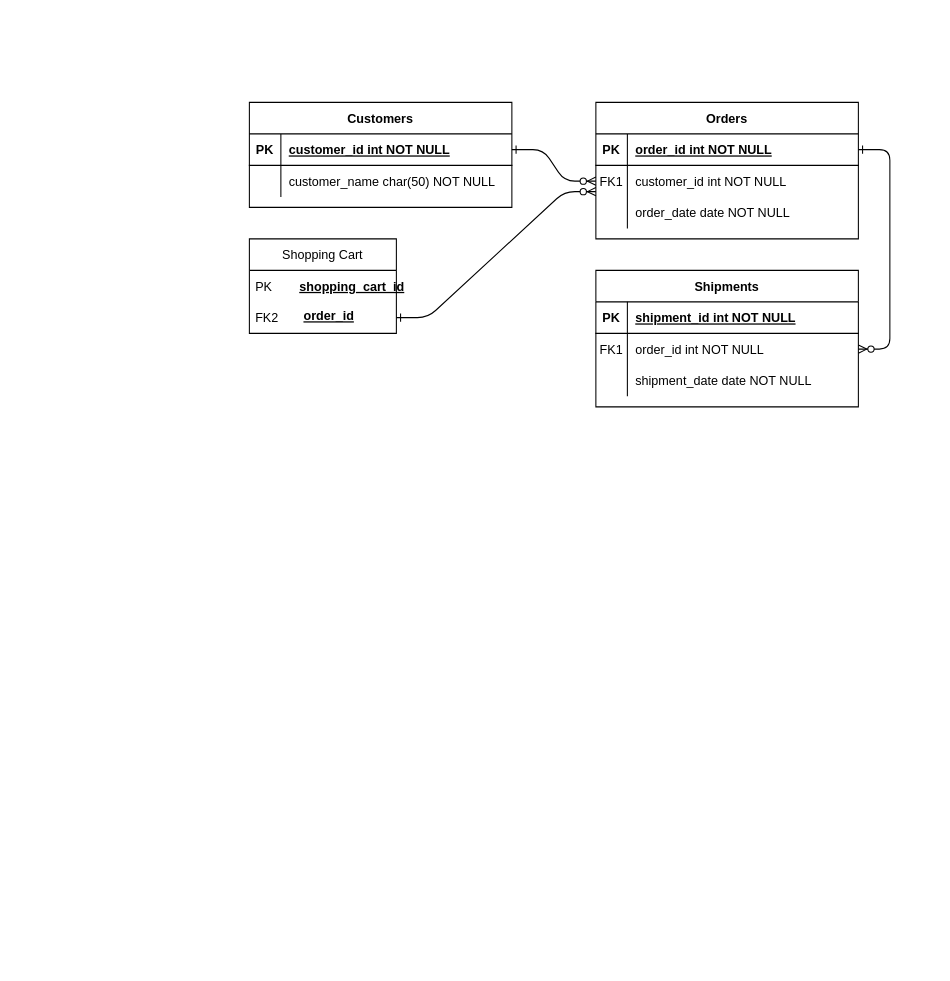
Above: Untitled Diagram.drawio in rajdeepd/draw_io (draw.io), before the change. Source tidied: cells renumbered, new cells numbered last; positions are measured from the earlier drawing's top-left corner, leaving out a move shared by most shapes. Both pictures are drawn from the tidied source at 105%, with x=0, y=0 at pixel (249, 102).
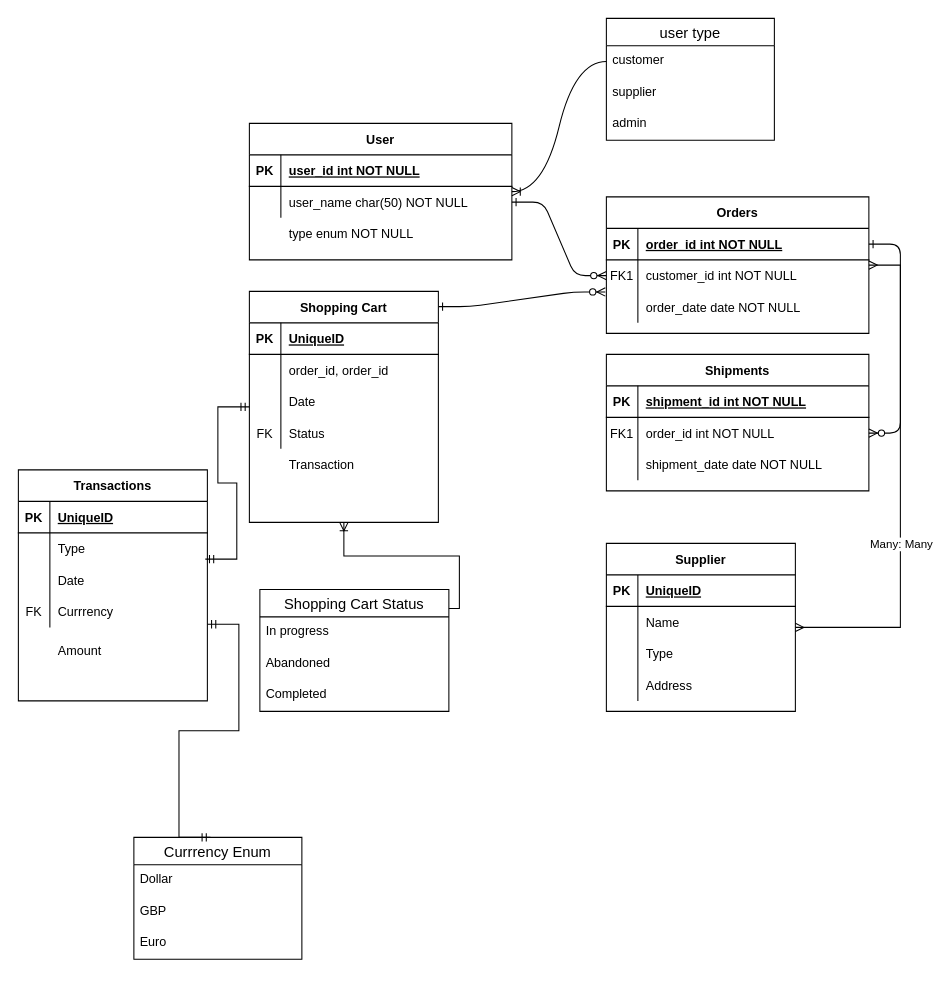
The same diagram, later.

The change refers to these unchanged cells:
```xml
<mxCell id="8" style="shape=partialRectangle;fillColor=none;points=[[0,0.5],[1,0.5]];portConstraint=eastwest;top=0;left=0;right=0;bottom=0;" parent="4" vertex="1">
  <mxGeometry y="60" width="250" height="30" as="geometry" />
</mxCell>
```

The edit, as a diff of the source:
```diff
@@
-    <mxCell id="2" style="edgeStyle=entityRelationEdgeStyle;endArrow=ERzeroToMany;startArrow=ERone;endFill=1;startFill=0;" parent="1" edge="1" source="25" target="8">
-      <mxGeometry relative="1" as="geometry" />
+    <mxCell id="2" style="edgeStyle=entityRelationEdgeStyle;endArrow=ERzeroToMany;startArrow=ERone;endFill=1;startFill=0;" parent="1" edge="1" target="8">
+      <mxGeometry relative="1" as="geometry">
+        <mxPoint x="250" y="95" as="sourcePoint" />
+      </mxGeometry>
     </mxCell>
@@
     <mxCell id="4" value="Orders" style="shape=table;startSize=30;childLayout=tableLayout;rowLines=0;fontStyle=1;align=center;" parent="1" vertex="1">
-      <mxGeometry x="330" width="250" height="130" as="geometry" />
+      <mxGeometry x="340" y="90" width="250" height="130" as="geometry" />
     </mxCell>
@@
     <mxCell id="14" value="Shipments" style="shape=table;startSize=30;childLayout=tableLayout;rowLines=0;fontStyle=1;align=center;" parent="1" vertex="1">
-      <mxGeometry x="330" y="160" width="250" height="130" as="geometry" />
+      <mxGeometry x="340" y="240" width="250" height="130" as="geometry" />
     </mxCell>
@@
-    <mxCell id="24" value="Customers" style="shape=table;startSize=30;childLayout=tableLayout;rowLines=0;fontStyle=1;align=center;" parent="1" vertex="1">
-      <mxGeometry width="250" height="100" as="geometry" />
-    </mxCell>
+    <mxCell id="34" style="edgeStyle=entityRelationEdgeStyle;endArrow=ERzeroToMany;startArrow=ERone;endFill=1;startFill=0;entryX=-0.004;entryY=1.017;entryDx=0;entryDy=0;entryPerimeter=0;exitX=1;exitY=0.066;exitDx=0;exitDy=0;exitPerimeter=0;" parent="1" edge="1" source="31" target="8">
+      <mxGeometry relative="1" as="geometry" />
+    </mxCell>
+    <mxCell id="37" value="User" style="shape=table;startSize=30;childLayout=tableLayout;rowLines=0;fontStyle=1;align=center;" parent="1" vertex="1">
+      <mxGeometry y="20" width="250" height="130" as="geometry" />
+    </mxCell>
-    <mxCell id="25" style="shape=partialRectangle;fillColor=none;points=[[0,0.5],[1,0.5]];portConstraint=eastwest;top=0;left=0;right=0;bottom=1;" parent="24" vertex="1">
+    <mxCell id="25" style="shape=partialRectangle;fillColor=none;points=[[0,0.5],[1,0.5]];portConstraint=eastwest;top=0;left=0;right=0;bottom=1;" parent="37" vertex="1">
       <mxGeometry y="30" width="250" height="30" as="geometry" />
     </mxCell>
@@
-    <mxCell id="27" value="customer_id int NOT NULL " style="shape=partialRectangle;overflow=hidden;fillColor=none;top=0;left=0;bottom=0;right=0;align=left;spacingLeft=6;fontStyle=5;" parent="25" vertex="1">
-      <mxGeometry x="30" width="220" height="30" as="geometry" />
-    </mxCell>
+    <mxCell id="38" value="user_id int NOT NULL " style="shape=partialRectangle;overflow=hidden;fillColor=none;top=0;left=0;bottom=0;right=0;align=left;spacingLeft=6;fontStyle=5;" parent="25" vertex="1">
+      <mxGeometry x="30" width="220" height="30" as="geometry" />
+    </mxCell>
-    <mxCell id="28" style="shape=partialRectangle;fillColor=none;top=0;left=0;right=0;bottom=0;" parent="24" vertex="1">
+    <mxCell id="28" style="shape=partialRectangle;fillColor=none;top=0;left=0;right=0;bottom=0;" parent="37" vertex="1">
       <mxGeometry y="60" width="250" height="30" as="geometry" />
     </mxCell>
@@
-    <mxCell id="30" value="customer_name char(50) NOT NULL" style="shape=partialRectangle;overflow=hidden;fillColor=none;top=0;left=0;bottom=0;right=0;align=left;spacingLeft=6;" parent="28" vertex="1">
-      <mxGeometry x="30" width="220" height="30" as="geometry" />
-    </mxCell>
+    <mxCell id="39" value="user_name char(50) NOT NULL" style="shape=partialRectangle;overflow=hidden;fillColor=none;top=0;left=0;bottom=0;right=0;align=left;spacingLeft=6;" parent="28" vertex="1">
+      <mxGeometry x="30" width="220" height="30" as="geometry" />
+    </mxCell>
+    <mxCell id="40" value="type enum NOT NULL" style="shape=partialRectangle;overflow=hidden;fillColor=none;top=0;left=0;bottom=0;right=0;align=left;spacingLeft=6;" parent="1" vertex="1">
+      <mxGeometry x="30" y="110" width="220" height="30" as="geometry" />
+    </mxCell>
-    <mxCell id="31" value="Shopping Cart" style="swimlane;fontStyle=0;horizontal=1;startSize=30;" parent="1" vertex="1">
-      <mxGeometry y="130" width="140" height="90" as="geometry" />
+    <mxCell id="31" value="Shopping Cart" style="shape=table;startSize=30;childLayout=tableLayout;rowLines=0;fontStyle=1;align=center;" parent="1" vertex="1">
+      <mxGeometry y="180" width="180" height="220" as="geometry" />
     </mxCell>
-    <mxCell id="32" value="PK" style="text;strokeColor=none;fillColor=none;align=left;verticalAlign=middle;spacingLeft=4;spacingRight=4;overflow=hidden;" parent="31" vertex="1">
-      <mxGeometry y="30" width="140" height="30" as="geometry" />
-    </mxCell>
-    <mxCell id="33" value="FK2" style="text;strokeColor=none;fillColor=none;align=left;verticalAlign=middle;spacingLeft=4;spacingRight=4;overflow=hidden;points=[[0,0.5],[1,0.5]];portConstraint=eastwest;" parent="31" vertex="1">
-      <mxGeometry y="60" width="140" height="30" as="geometry" />
-    </mxCell>
-    <mxCell id="34" style="edgeStyle=entityRelationEdgeStyle;endArrow=ERzeroToMany;startArrow=ERone;endFill=1;startFill=0;" parent="1" edge="1" source="33">
-      <mxGeometry relative="1" as="geometry">
-        <mxPoint x="330" y="85" as="targetPoint" />
-      </mxGeometry>
-    </mxCell>
-    <mxCell id="35" value="shopping_cart_id" style="shape=partialRectangle;overflow=hidden;fillColor=none;top=0;left=0;bottom=0;right=0;align=left;spacingLeft=6;fontStyle=5;" parent="1" vertex="1">
-      <mxGeometry x="40" y="160" width="220" height="30" as="geometry" />
-    </mxCell>
-    <mxCell id="36" value="order_id" style="shape=partialRectangle;overflow=hidden;fillColor=none;top=0;left=0;bottom=0;right=0;align=left;spacingLeft=6;fontStyle=5;" parent="1" vertex="1">
-      <mxGeometry x="44" y="188" width="80" height="30" as="geometry" />
-    </mxCell>
+    <mxCell id="41" style="shape=tableRow;horizontal=0;startSize=0;swimlaneHead=0;swimlaneBody=0;fillColor=none;top=0;left=0;right=0;bottom=1;" parent="31" vertex="1">
+      <mxGeometry y="30" width="180" height="30" as="geometry" />
+    </mxCell>
+    <mxCell id="42" value="PK" style="shape=partialRectangle;fillColor=none;top=0;left=0;bottom=0;right=0;fontStyle=1;overflow=hidden;" parent="41" vertex="1">
+      <mxGeometry width="30" height="30" as="geometry" />
+    </mxCell>
+    <mxCell id="43" value="UniqueID" style="shape=partialRectangle;fillColor=none;top=0;left=0;bottom=0;right=0;align=left;spacingLeft=6;fontStyle=5;overflow=hidden;" parent="41" vertex="1">
+      <mxGeometry x="30" width="150" height="30" as="geometry" />
+    </mxCell>
+    <mxCell id="44" style="shape=tableRow;horizontal=0;startSize=0;swimlaneHead=0;swimlaneBody=0;fillColor=none;top=0;left=0;right=0;bottom=0;" parent="31" vertex="1">
+      <mxGeometry y="60" width="180" height="30" as="geometry" />
+    </mxCell>
+    <mxCell id="45" style="shape=partialRectangle;fillColor=none;top=0;left=0;bottom=0;right=0;overflow=hidden;" parent="44" vertex="1">
+      <mxGeometry width="30" height="30" as="geometry" />
+    </mxCell>
+    <mxCell id="46" value="order_id, order_id" style="shape=partialRectangle;fillColor=none;top=0;left=0;bottom=0;right=0;align=left;spacingLeft=6;overflow=hidden;" parent="44" vertex="1">
+      <mxGeometry x="30" width="150" height="30" as="geometry" />
+    </mxCell>
+    <mxCell id="47" style="shape=tableRow;horizontal=0;startSize=0;swimlaneHead=0;swimlaneBody=0;fillColor=none;top=0;left=0;right=0;bottom=0;" parent="31" vertex="1">
+      <mxGeometry y="90" width="180" height="30" as="geometry" />
+    </mxCell>
+    <mxCell id="48" style="shape=partialRectangle;fillColor=none;top=0;left=0;bottom=0;right=0;overflow=hidden;" parent="47" vertex="1">
+      <mxGeometry width="30" height="30" as="geometry" />
+    </mxCell>
+    <mxCell id="49" value="Date" style="shape=partialRectangle;fillColor=none;top=0;left=0;bottom=0;right=0;align=left;spacingLeft=6;overflow=hidden;" parent="47" vertex="1">
+      <mxGeometry x="30" width="150" height="30" as="geometry" />
+    </mxCell>
+    <mxCell id="50" style="shape=tableRow;horizontal=0;startSize=0;swimlaneHead=0;swimlaneBody=0;fillColor=none;top=0;left=0;right=0;bottom=0;" parent="31" vertex="1">
+      <mxGeometry y="120" width="180" height="30" as="geometry" />
+    </mxCell>
+    <mxCell id="51" value="FK" style="shape=partialRectangle;fillColor=none;top=0;left=0;bottom=0;right=0;overflow=hidden;" parent="50" vertex="1">
+      <mxGeometry width="30" height="30" as="geometry" />
+    </mxCell>
+    <mxCell id="52" value="Status" style="shape=partialRectangle;fillColor=none;top=0;left=0;bottom=0;right=0;align=left;spacingLeft=6;overflow=hidden;" parent="50" vertex="1">
+      <mxGeometry x="30" width="150" height="30" as="geometry" />
+    </mxCell>
+    <mxCell id="53" value="Shopping Cart Status" style="swimlane;fontStyle=0;horizontal=1;startSize=26;align=center;fontSize=14;" parent="1" vertex="1">
+      <mxGeometry x="10" y="464" width="180" height="116" as="geometry" />
+    </mxCell>
+    <mxCell id="54" value="In progress" style="text;strokeColor=none;fillColor=none;spacingLeft=4;spacingRight=4;overflow=hidden;fontSize=12;" parent="53" vertex="1">
+      <mxGeometry y="26" width="180" height="30" as="geometry" />
+    </mxCell>
+    <mxCell id="55" value="Abandoned" style="text;strokeColor=none;fillColor=none;spacingLeft=4;spacingRight=4;overflow=hidden;fontSize=12;" parent="53" vertex="1">
+      <mxGeometry y="56" width="180" height="30" as="geometry" />
+    </mxCell>
+    <mxCell id="56" value="Completed" style="text;strokeColor=none;fillColor=none;spacingLeft=4;spacingRight=4;overflow=hidden;fontSize=12;" parent="53" vertex="1">
+      <mxGeometry y="86" width="180" height="30" as="geometry" />
+    </mxCell>
+    <mxCell id="57" value="user type" style="swimlane;fontStyle=0;horizontal=1;startSize=26;align=center;fontSize=14;" parent="1" vertex="1">
+      <mxGeometry x="340" y="-80" width="160" height="116" as="geometry" />
+    </mxCell>
+    <mxCell id="58" value="customer" style="text;strokeColor=none;fillColor=none;spacingLeft=4;spacingRight=4;overflow=hidden;points=[[0,0.5],[1,0.5]];portConstraint=eastwest;fontSize=12;" parent="57" vertex="1">
+      <mxGeometry y="26" width="160" height="30" as="geometry" />
+    </mxCell>
+    <mxCell id="59" value="supplier" style="text;strokeColor=none;fillColor=none;spacingLeft=4;spacingRight=4;overflow=hidden;fontSize=12;" parent="57" vertex="1">
+      <mxGeometry y="56" width="160" height="30" as="geometry" />
+    </mxCell>
+    <mxCell id="60" value="admin" style="text;strokeColor=none;fillColor=none;spacingLeft=4;spacingRight=4;overflow=hidden;fontSize=12;" parent="57" vertex="1">
+      <mxGeometry y="86" width="160" height="30" as="geometry" />
+    </mxCell>
+    <mxCell id="61" style="edgeStyle=entityRelationEdgeStyle;fontSize=12;html=1;endArrow=ERoneToMany;rounded=0;curved=1;" parent="1" edge="1" source="58" target="37">
+      <mxGeometry relative="1" as="geometry" />
+    </mxCell>
+    <mxCell id="62" style="edgeStyle=orthogonalEdgeStyle;fontSize=12;html=1;endArrow=ERoneToMany;rounded=0;exitX=1;exitY=0.155;exitDx=0;exitDy=0;exitPerimeter=0;" parent="1" edge="1" source="53" target="31">
+      <mxGeometry relative="1" as="geometry" />
+    </mxCell>
+    <mxCell id="63" value="Supplier" style="shape=table;startSize=30;childLayout=tableLayout;rowLines=0;fontStyle=1;align=center;" parent="1" vertex="1">
+      <mxGeometry x="340" y="420" width="180" height="160" as="geometry" />
+    </mxCell>
+    <mxCell id="64" style="shape=tableRow;horizontal=0;startSize=0;swimlaneHead=0;swimlaneBody=0;fillColor=none;top=0;left=0;right=0;bottom=1;" parent="63" vertex="1">
+      <mxGeometry y="30" width="180" height="30" as="geometry" />
+    </mxCell>
+    <mxCell id="65" value="PK" style="shape=partialRectangle;fillColor=none;top=0;left=0;bottom=0;right=0;fontStyle=1;overflow=hidden;" parent="64" vertex="1">
+      <mxGeometry width="30" height="30" as="geometry" />
+    </mxCell>
+    <mxCell id="66" value="UniqueID" style="shape=partialRectangle;fillColor=none;top=0;left=0;bottom=0;right=0;align=left;spacingLeft=6;fontStyle=5;overflow=hidden;" parent="64" vertex="1">
+      <mxGeometry x="30" width="150" height="30" as="geometry" />
+    </mxCell>
+    <mxCell id="67" style="shape=tableRow;horizontal=0;startSize=0;swimlaneHead=0;swimlaneBody=0;fillColor=none;top=0;left=0;right=0;bottom=0;" parent="63" vertex="1">
+      <mxGeometry y="60" width="180" height="30" as="geometry" />
+    </mxCell>
+    <mxCell id="68" style="shape=partialRectangle;fillColor=none;top=0;left=0;bottom=0;right=0;overflow=hidden;" parent="67" vertex="1">
+      <mxGeometry width="30" height="30" as="geometry" />
+    </mxCell>
+    <mxCell id="69" value="Name" style="shape=partialRectangle;fillColor=none;top=0;left=0;bottom=0;right=0;align=left;spacingLeft=6;overflow=hidden;" parent="67" vertex="1">
+      <mxGeometry x="30" width="150" height="30" as="geometry" />
+    </mxCell>
+    <mxCell id="70" style="shape=tableRow;horizontal=0;startSize=0;swimlaneHead=0;swimlaneBody=0;fillColor=none;top=0;left=0;right=0;bottom=0;" parent="63" vertex="1">
+      <mxGeometry y="90" width="180" height="30" as="geometry" />
+    </mxCell>
+    <mxCell id="71" style="shape=partialRectangle;fillColor=none;top=0;left=0;bottom=0;right=0;overflow=hidden;" parent="70" vertex="1">
+      <mxGeometry width="30" height="30" as="geometry" />
+    </mxCell>
+    <mxCell id="72" value="Type" style="shape=partialRectangle;fillColor=none;top=0;left=0;bottom=0;right=0;align=left;spacingLeft=6;overflow=hidden;" parent="70" vertex="1">
+      <mxGeometry x="30" width="150" height="30" as="geometry" />
+    </mxCell>
+    <mxCell id="73" style="shape=tableRow;horizontal=0;startSize=0;swimlaneHead=0;swimlaneBody=0;fillColor=none;top=0;left=0;right=0;bottom=0;" parent="63" vertex="1">
+      <mxGeometry y="120" width="180" height="30" as="geometry" />
+    </mxCell>
+    <mxCell id="74" style="shape=partialRectangle;fillColor=none;top=0;left=0;bottom=0;right=0;overflow=hidden;" parent="73" vertex="1">
+      <mxGeometry width="30" height="30" as="geometry" />
+    </mxCell>
+    <mxCell id="75" value="Address" style="shape=partialRectangle;fillColor=none;top=0;left=0;bottom=0;right=0;align=left;spacingLeft=6;overflow=hidden;" parent="73" vertex="1">
+      <mxGeometry x="30" width="150" height="30" as="geometry" />
+    </mxCell>
+    <mxCell id="76" style="edgeStyle=entityRelationEdgeStyle;fontSize=12;html=1;endArrow=ERmany;startArrow=ERmany;rounded=0;elbow=vertical;" parent="1" edge="1" source="63" target="4">
+      <mxGeometry relative="1" as="geometry" />
+    </mxCell>
+    <mxCell id="77" value="Many: Many" style="edgeLabel;html=1;align=center;verticalAlign=middle;" parent="76" vertex="1">
+      <mxGeometry x="0.03" relative="1" as="geometry">
+        <mxPoint y="65" as="offset" />
+      </mxGeometry>
+    </mxCell>
+    <mxCell id="78" value="Transaction" style="shape=partialRectangle;fillColor=none;top=0;left=0;bottom=0;right=0;align=left;spacingLeft=6;overflow=hidden;" parent="1" vertex="1">
+      <mxGeometry x="30" y="330" width="150" height="30" as="geometry" />
+    </mxCell>
+    <mxCell id="79" value="Transactions" style="shape=table;startSize=30;childLayout=tableLayout;rowLines=0;fontStyle=1;align=center;" parent="1" vertex="1">
+      <mxGeometry x="-220" y="350" width="180" height="220" as="geometry" />
+    </mxCell>
+    <mxCell id="80" style="shape=tableRow;horizontal=0;startSize=0;swimlaneHead=0;swimlaneBody=0;fillColor=none;top=0;left=0;right=0;bottom=1;" parent="79" vertex="1">
+      <mxGeometry y="30" width="180" height="30" as="geometry" />
+    </mxCell>
+    <mxCell id="81" value="PK" style="shape=partialRectangle;fillColor=none;top=0;left=0;bottom=0;right=0;fontStyle=1;overflow=hidden;" parent="80" vertex="1">
+      <mxGeometry width="30" height="30" as="geometry" />
+    </mxCell>
+    <mxCell id="82" value="UniqueID" style="shape=partialRectangle;fillColor=none;top=0;left=0;bottom=0;right=0;align=left;spacingLeft=6;fontStyle=5;overflow=hidden;" parent="80" vertex="1">
+      <mxGeometry x="30" width="150" height="30" as="geometry" />
+    </mxCell>
+    <mxCell id="83" style="shape=tableRow;horizontal=0;startSize=0;swimlaneHead=0;swimlaneBody=0;fillColor=none;top=0;left=0;right=0;bottom=0;" parent="79" vertex="1">
+      <mxGeometry y="60" width="180" height="30" as="geometry" />
+    </mxCell>
+    <mxCell id="84" style="shape=partialRectangle;fillColor=none;top=0;left=0;bottom=0;right=0;overflow=hidden;" parent="83" vertex="1">
+      <mxGeometry width="30" height="30" as="geometry" />
+    </mxCell>
+    <mxCell id="85" value="Type" style="shape=partialRectangle;fillColor=none;top=0;left=0;bottom=0;right=0;align=left;spacingLeft=6;overflow=hidden;" parent="83" vertex="1">
+      <mxGeometry x="30" width="150" height="30" as="geometry" />
+    </mxCell>
+    <mxCell id="86" style="shape=tableRow;horizontal=0;startSize=0;swimlaneHead=0;swimlaneBody=0;fillColor=none;points=[[0,0.5],[1,0.5]];portConstraint=eastwest;top=0;left=0;right=0;bottom=0;" parent="79" vertex="1">
+      <mxGeometry y="90" width="180" height="30" as="geometry" />
+    </mxCell>
+    <mxCell id="87" style="shape=partialRectangle;fillColor=none;top=0;left=0;bottom=0;right=0;overflow=hidden;" parent="86" vertex="1">
+      <mxGeometry width="30" height="30" as="geometry" />
+    </mxCell>
+    <mxCell id="88" value="Date" style="shape=partialRectangle;fillColor=none;top=0;left=0;bottom=0;right=0;align=left;spacingLeft=6;overflow=hidden;" parent="86" vertex="1">
+      <mxGeometry x="30" width="150" height="30" as="geometry" />
+    </mxCell>
+    <mxCell id="89" style="shape=tableRow;horizontal=0;startSize=0;swimlaneHead=0;swimlaneBody=0;fillColor=none;points=[[0,0.5],[1,0.5]];portConstraint=eastwest;top=0;left=0;right=0;bottom=0;" parent="79" vertex="1">
+      <mxGeometry y="120" width="180" height="30" as="geometry" />
+    </mxCell>
+    <mxCell id="90" value="FK" style="shape=partialRectangle;fillColor=none;top=0;left=0;bottom=0;right=0;overflow=hidden;" parent="89" vertex="1">
+      <mxGeometry width="30" height="30" as="geometry" />
+    </mxCell>
+    <mxCell id="91" value="Currrency" style="shape=partialRectangle;fillColor=none;top=0;left=0;bottom=0;right=0;align=left;spacingLeft=6;overflow=hidden;" parent="89" vertex="1">
+      <mxGeometry x="30" width="150" height="30" as="geometry" />
+    </mxCell>
+    <mxCell id="92" value="Amount" style="shape=partialRectangle;fillColor=none;top=0;left=0;bottom=0;right=0;align=left;spacingLeft=6;overflow=hidden;" parent="1" vertex="1">
+      <mxGeometry x="-190" y="507" width="150" height="30" as="geometry" />
+    </mxCell>
+    <mxCell id="93" style="edgeStyle=entityRelationEdgeStyle;fontSize=12;html=1;endArrow=ERmandOne;startArrow=ERmandOne;rounded=0;elbow=vertical;exitX=0.989;exitY=-0.167;exitDx=0;exitDy=0;exitPerimeter=0;" parent="1" edge="1" source="86" target="31">
+      <mxGeometry relative="1" as="geometry" />
+    </mxCell>
+    <mxCell id="94" value="Currrency Enum" style="swimlane;fontStyle=0;horizontal=1;startSize=26;align=center;fontSize=14;" parent="1" vertex="1">
+      <mxGeometry x="-110" y="700" width="160" height="116" as="geometry" />
+    </mxCell>
+    <mxCell id="95" value="Dollar" style="text;strokeColor=none;fillColor=none;spacingLeft=4;spacingRight=4;overflow=hidden;fontSize=12;" parent="94" vertex="1">
+      <mxGeometry y="26" width="160" height="30" as="geometry" />
+    </mxCell>
+    <mxCell id="96" value="GBP" style="text;strokeColor=none;fillColor=none;spacingLeft=4;spacingRight=4;overflow=hidden;fontSize=12;" parent="94" vertex="1">
+      <mxGeometry y="56" width="160" height="30" as="geometry" />
+    </mxCell>
+    <mxCell id="97" value="Euro" style="text;strokeColor=none;fillColor=none;spacingLeft=4;spacingRight=4;overflow=hidden;fontSize=12;" parent="94" vertex="1">
+      <mxGeometry y="86" width="160" height="30" as="geometry" />
+    </mxCell>
+    <mxCell id="98" style="edgeStyle=entityRelationEdgeStyle;fontSize=12;html=1;endArrow=ERmandOne;startArrow=ERmandOne;rounded=0;elbow=vertical;exitX=0.456;exitY=0;exitDx=0;exitDy=0;exitPerimeter=0;entryX=1;entryY=0.9;entryDx=0;entryDy=0;entryPerimeter=0;" parent="1" edge="1" source="94" target="89">
+      <mxGeometry relative="1" as="geometry" />
+    </mxCell>
```
